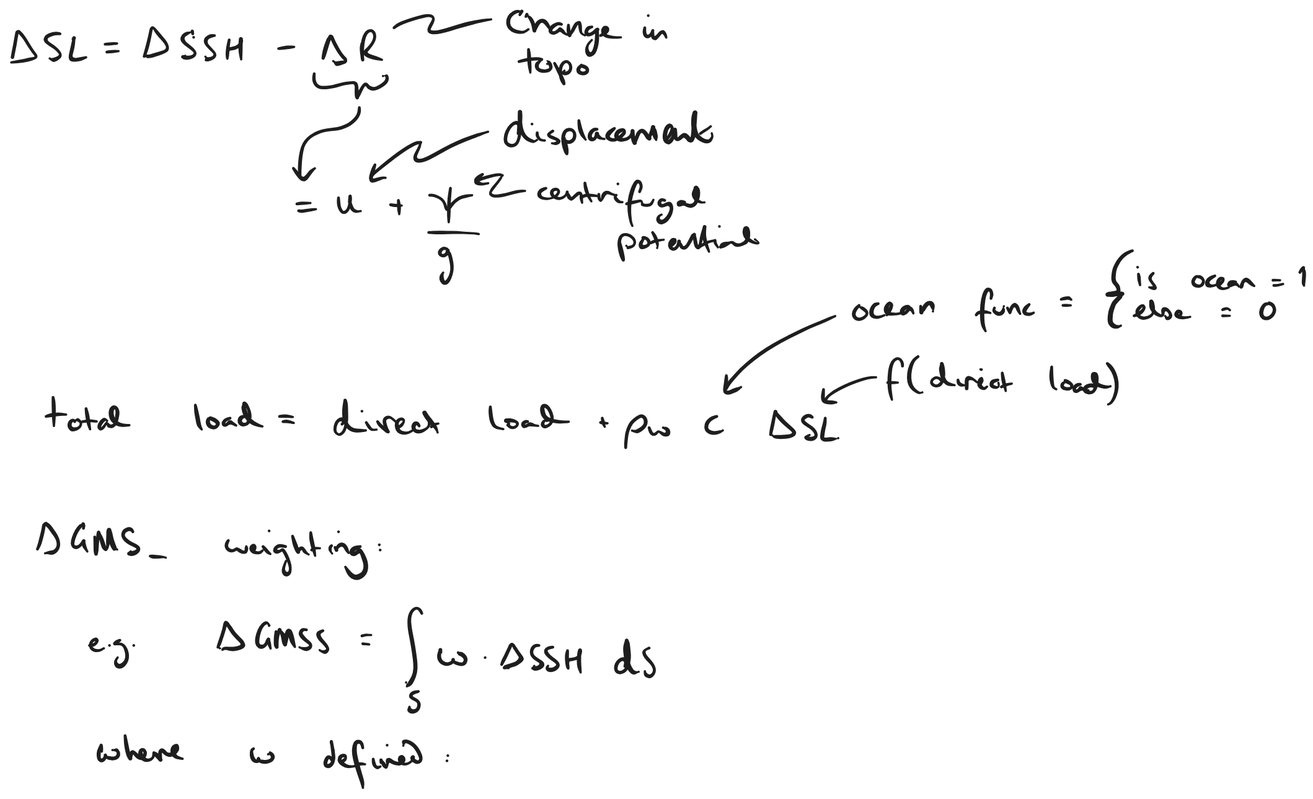
0thomasholland/Part_III_Project keeps this Excalidraw diagram as work_log/figs/fundamentals.excalidraw.svg. Above is the earlier version. Source tidied: one line per element, renumbered; positions are measured from the earlier drawing's top-left corner, leaving out a move shared by most shapes.
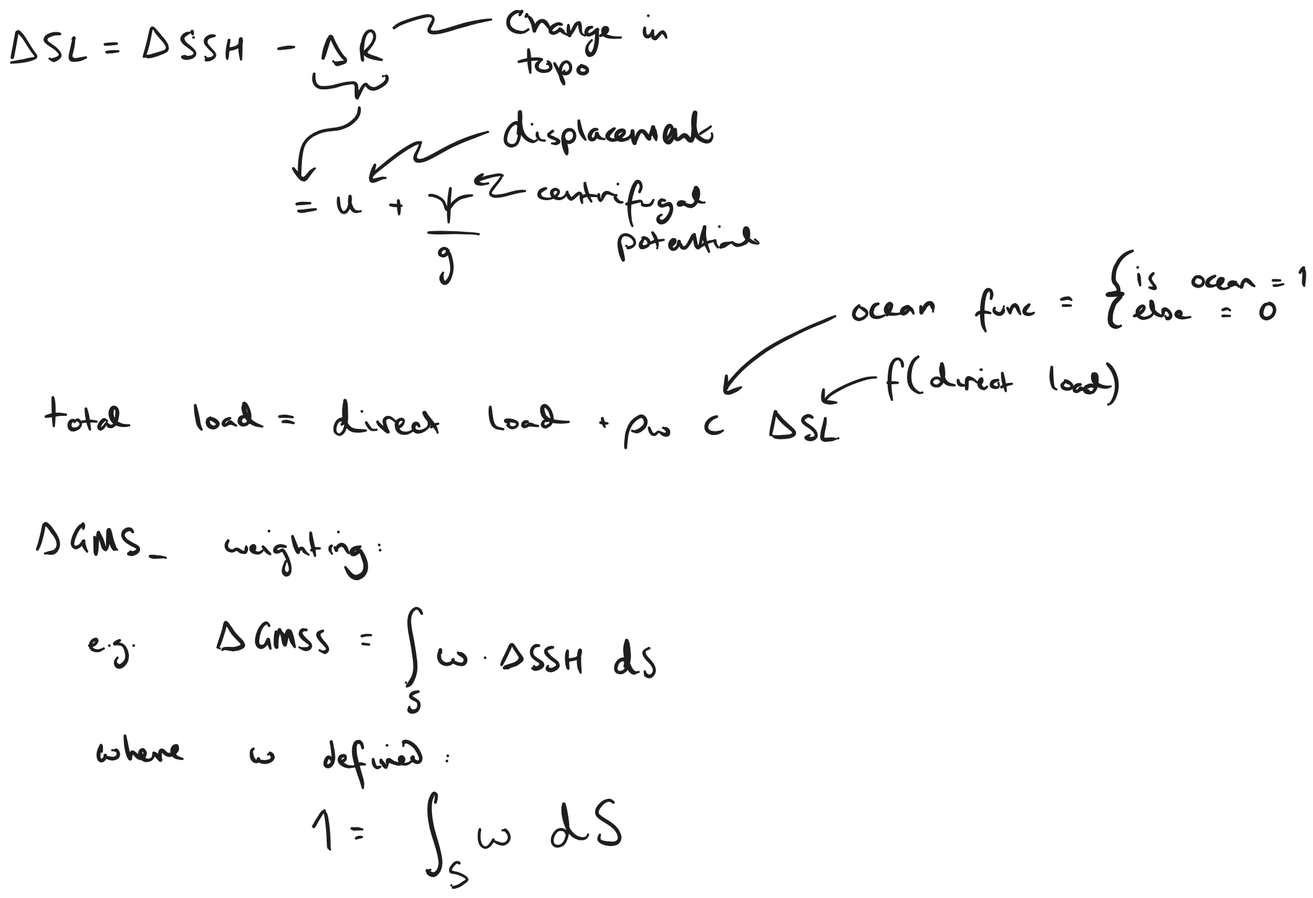
Above is the later version.

Commit message:
Remove basics diagram and update fundamentals whiteboard

Change to the diagram source:
```diff
@@ -202,3 +202,11 @@
 {"id": 201, "type": "freedraw", "strokeColor": "#1e1e1e", "strokeWidth": 1, "roughness": 1, "x": 436, "y": 849, "width": 0, "height": 1, "points": [[0, 0], [0, 1], [0, 0]]}
 {"id": 202, "type": "freedraw", "strokeColor": "#1e1e1e", "strokeWidth": 1, "roughness": 1, "x": 506, "y": 861, "width": 3, "height": 4, "points": [[0, 0], [1, -1], [2, -1], [-1, 3], [0, 0]]}
 {"id": 203, "type": "freedraw", "strokeColor": "#1e1e1e", "strokeWidth": 1, "roughness": 1, "x": 505, "y": 867, "width": 3, "height": 0, "points": [[0, 0], [1, 0], [3, 0], [0, 0]]}
+{"id": 204, "type": "freedraw", "strokeColor": "#1e1e1e", "strokeWidth": 1, "roughness": 1, "x": 353, "y": 941, "width": 20, "height": 50, "points": [[0, 0], [-1, 0], [-3, 1], [-3, 3], [3, -5], [5, -10], [9, -15], [10, -18], [13, -18], [14, -10], [15, 1], [16, 16], [16, 29], [16, 33], [18, 33], [18, 28], [18, 28]]}
+{"id": 205, "type": "freedraw", "strokeColor": "#1e1e1e", "strokeWidth": 1, "roughness": 1, "x": 395, "y": 945, "width": 13, "height": 1, "points": [[0, 0], [0, 1], [1, 1], [5, 1], [10, 0], [11, 0], [13, 1], [13, 1]]}
+{"id": 206, "type": "freedraw", "strokeColor": "#1e1e1e", "strokeWidth": 1, "roughness": 1, "x": 400, "y": 956, "width": 10, "height": 3, "points": [[0, 0], [-1, 0], [0, 0], [4, -1], [6, -3], [9, -1], [0, 0]]}
+{"id": 207, "type": "freedraw", "strokeColor": "#1e1e1e", "strokeWidth": 1, "roughness": 1, "x": 492, "y": 915, "width": 18, "height": 99, "points": [[0, 0], [1, -3], [1, -5], [1, -9], [1, -13], [-1, -13], [-5, -8], [-9, 4], [-8, 21], [-3, 43], [5, 59], [8, 70], [8, 79], [3, 84], [-3, 86], [-6, 85], [-10, 80], [-10, 79], [-10, 78], [-5, 78], [-5, 78]]}
+{"id": 208, "type": "freedraw", "strokeColor": "#1e1e1e", "strokeWidth": 1, "roughness": 1, "x": 543, "y": 946, "width": 36, "height": 25, "points": [[0, 0], [0, -1], [-1, 6], [-1, 15], [1, 21], [6, 24], [11, 21], [15, 15], [16, 11], [16, 10], [18, 14], [21, 16], [25, 18], [30, 18], [33, 15], [35, 11], [35, 6], [33, 3], [29, -1], [26, -1], [25, -1], [25, 0], [26, 1], [26, 1]]}
+{"id": 209, "type": "freedraw", "strokeColor": "#1e1e1e", "strokeWidth": 1, "roughness": 1, "x": 643, "y": 951, "width": 45, "height": 53, "points": [[0, 0], [1, 0], [1, -1], [-3, -6], [-8, -6], [-14, -5], [-18, 3], [-19, 10], [-16, 15], [-11, 16], [-5, 15], [1, 9], [3, -1], [3, -10], [1, -19], [-1, -29], [-3, -35], [-4, -36], [-4, -35], [-5, -28], [-4, -16], [0, -6], [5, 3], [11, 6], [18, 8], [23, 6], [26, 4], [25, 0], [25, 0]]}
+{"id": 210, "type": "freedraw", "strokeColor": "#1e1e1e", "strokeWidth": 1, "roughness": 1, "x": 697, "y": 915, "width": 30, "height": 54, "points": [[0, 0], [0, -1], [-3, -5], [-6, -5], [-14, -1], [-19, 6], [-21, 11], [-20, 16], [-15, 19], [-8, 23], [1, 28], [6, 33], [9, 39], [9, 44], [6, 46], [3, 49], [-4, 49], [-11, 48], [-18, 45], [-19, 43], [-19, 40], [-15, 36], [-15, 36]]}
+{"id": 211, "type": "freedraw", "strokeColor": "#1e1e1e", "strokeWidth": 1, "roughness": 1, "x": 519, "y": 985, "width": 23, "height": 31, "points": [[0, 0], [-1, -3], [-3, -3], [-4, -3], [-6, 0], [-9, 4], [-11, 8], [-11, 10], [-10, 11], [-8, 11], [-3, 11], [1, 13], [6, 15], [10, 18], [11, 20], [9, 21], [1, 25], [-4, 29], [-9, 29], [-11, 29], [-11, 28], [-9, 25], [-9, 25]]}
```
